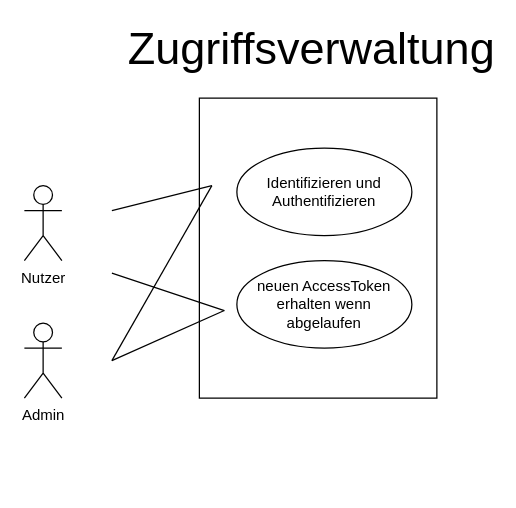
Lektro9/Verwaltungstool keeps this draw.io diagram as Zugriffsverwaltung/useCase_Zugriffsverwaltung.drawio. Above is the earlier version. Source tidied: cells renumbered, new cells numbered last; positions are measured from the earlier drawing's top-left corner, leaving out a move shared by most shapes. Both pictures are drawn from the tidied source at 125%, with x=0, y=0 at pixel (24, 35).
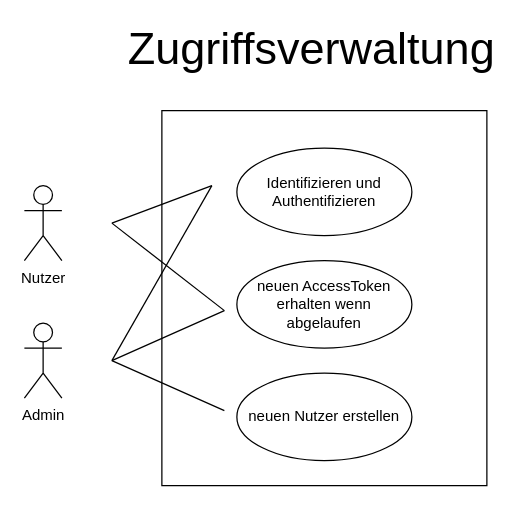
The same page after the edit.

The edit, as a diff of the source:
```diff
@@
 <mxGraphModel>
   <root>
     <mxCell id="0" />
     <mxCell id="1" parent="0" />
-    <mxCell id="2" style="rounded=0;whiteSpace=wrap;html=1;fillColor=none;" parent="1" vertex="1">
-      <mxGeometry x="140" y="50" width="190" height="240" as="geometry" />
-    </mxCell>
     <mxCell id="3" value="Identifizieren und Authentifizieren" style="ellipse;whiteSpace=wrap;html=1;" parent="1" vertex="1">
       <mxGeometry x="170" y="90" width="140" height="70" as="geometry" />
     </mxCell>
     <mxCell id="4" value="neuen AccessToken erhalten wenn abgelaufen" style="ellipse;whiteSpace=wrap;html=1;" parent="1" vertex="1">
       <mxGeometry x="170" y="180" width="140" height="70" as="geometry" />
     </mxCell>
     <mxCell id="5" value="&lt;div&gt;Admin&lt;/div&gt;" style="shape=umlActor;verticalLabelPosition=bottom;verticalAlign=top;html=1;" parent="1" vertex="1">
       <mxGeometry y="230" width="30" height="60" as="geometry" />
     </mxCell>
     <mxCell id="6" style="endArrow=none;html=1;" parent="1" edge="1">
       <mxGeometry relative="1" as="geometry">
-        <mxPoint x="70" y="140" as="sourcePoint" />
+        <mxPoint x="70" y="150" as="sourcePoint" />
         <mxPoint x="150" y="120" as="targetPoint" />
       </mxGeometry>
     </mxCell>
     <mxCell id="7" style="endArrow=none;html=1;" parent="1" edge="1">
       <mxGeometry relative="1" as="geometry">
-        <mxPoint x="70" y="190" as="sourcePoint" />
+        <mxPoint x="70" y="150" as="sourcePoint" />
         <mxPoint x="160" y="220" as="targetPoint" />
       </mxGeometry>
     </mxCell>
     <mxCell id="8" value="&lt;font style=&quot;font-size: 36px&quot;&gt;Zugriffsverwaltung&lt;/font&gt;" style="text;html=1;strokeColor=none;fillColor=none;align=center;verticalAlign=middle;whiteSpace=wrap;rounded=0;" parent="1" vertex="1">
       <mxGeometry x="210" width="40" height="20" as="geometry" />
     </mxCell>
     <mxCell id="9" value="Nutzer" style="shape=umlActor;verticalLabelPosition=bottom;verticalAlign=top;html=1;" parent="1" vertex="1">
       <mxGeometry y="120" width="30" height="60" as="geometry" />
     </mxCell>
     <mxCell id="10" style="endArrow=none;html=1;" parent="1" edge="1">
       <mxGeometry relative="1" as="geometry">
         <mxPoint x="70" y="260" as="sourcePoint" />
         <mxPoint x="150" y="120" as="targetPoint" />
       </mxGeometry>
     </mxCell>
-    <mxCell id="11" style="endArrow=none;html=1;entryX=0.105;entryY=0.708;entryDx=0;entryDy=0;entryPerimeter=0;" parent="1" edge="1" target="2">
+    <mxCell id="11" style="endArrow=none;html=1;" parent="1" edge="1">
       <mxGeometry relative="1" as="geometry">
         <mxPoint x="70" y="260" as="sourcePoint" />
+        <mxPoint x="160" y="220" as="targetPoint" />
       </mxGeometry>
     </mxCell>
+    <mxCell id="12" value="neuen Nutzer erstellen" style="ellipse;whiteSpace=wrap;html=1;" parent="1" vertex="1">
+      <mxGeometry x="170" y="270" width="140" height="70" as="geometry" />
+    </mxCell>
+    <mxCell id="13" style="endArrow=none;html=1;" parent="1" edge="1">
+      <mxGeometry relative="1" as="geometry">
+        <mxPoint x="70" y="260" as="sourcePoint" />
+        <mxPoint x="160" y="300" as="targetPoint" />
+      </mxGeometry>
+    </mxCell>
+    <mxCell id="14" style="rounded=0;whiteSpace=wrap;html=1;fillColor=none;" parent="1" vertex="1">
+      <mxGeometry x="110" y="60" width="260" height="300" as="geometry" />
+    </mxCell>
   </root>
 </mxGraphModel>
```
